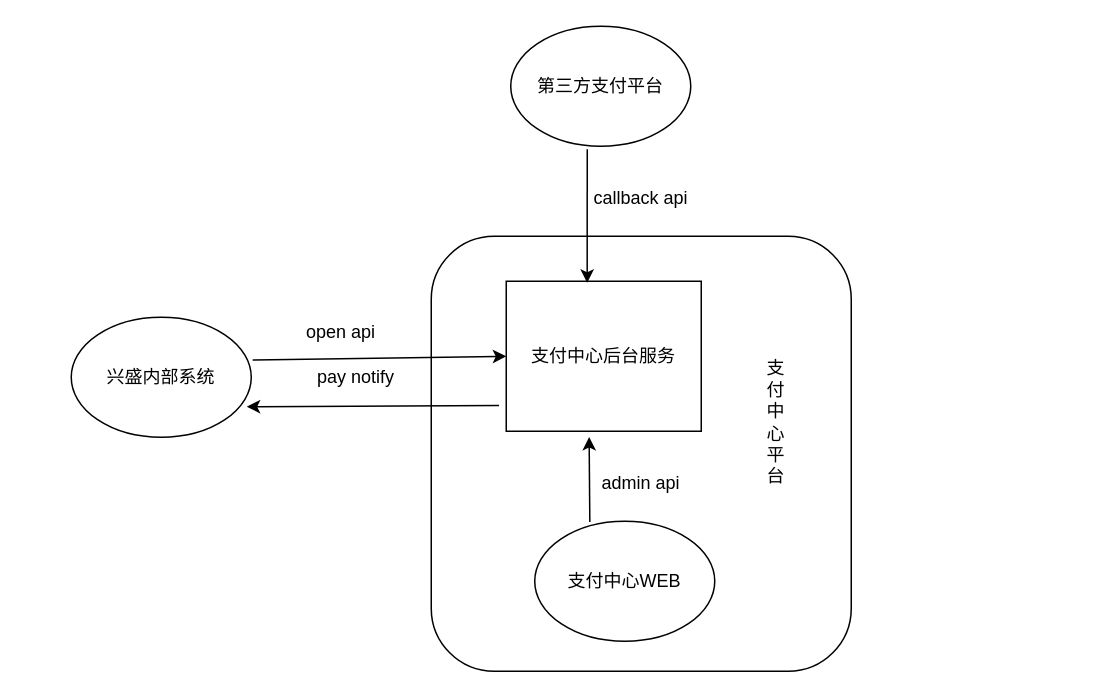
Before: ArchitectureDiagram/支付中心架构图.drawio in liuyunlong1229/aaa, a draw.io diagram. Source tidied: cells renumbered, new cells numbered last; positions are measured from the earlier drawing's top-left corner, leaving out a move shared by most shapes. Both pictures are drawn from the tidied source at 150%, with x=0, y=0 at pixel (70, 26).
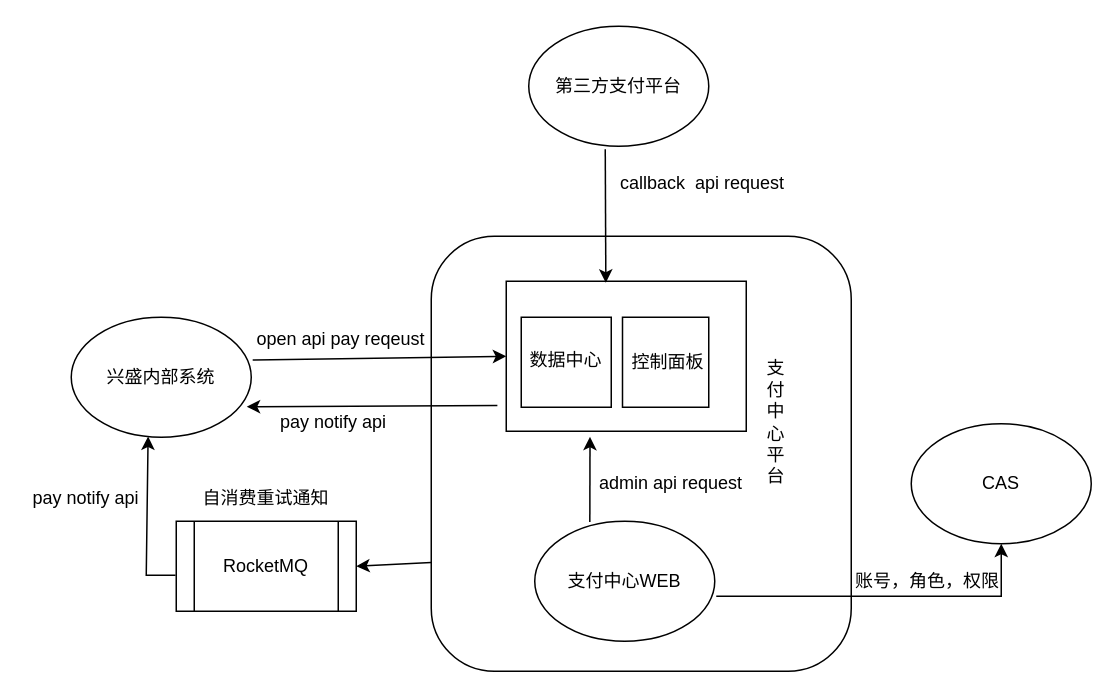
Above is the later version.

Commit message (it also covers changes not shown here):
更新支付中心架构图.drawio

Unchanged cells that the change refers to:
```xml
<mxCell id="2" style="rounded=1;whiteSpace=wrap;html=1;" parent="1" vertex="1">
  <mxGeometry x="240" y="140" width="280" height="290" as="geometry" />
</mxCell>
<mxCell id="4" value="兴盛内部系统" style="ellipse;whiteSpace=wrap;html=1;" parent="1" vertex="1">
  <mxGeometry y="194" width="120" height="80" as="geometry" />
</mxCell>
<mxCell id="5" value="支付中心WEB" style="ellipse;whiteSpace=wrap;html=1;" parent="1" vertex="1">
  <mxGeometry x="309" y="330" width="120" height="80" as="geometry" />
</mxCell>
```

What changed in the source:
```diff
@@
-    <mxCell id="3" value="支付中心后台服务" style="rounded=0;whiteSpace=wrap;html=1;" parent="1" vertex="1">
-      <mxGeometry x="290" y="170" width="130" height="100" as="geometry" />
+    <mxCell id="3" style="rounded=0;whiteSpace=wrap;html=1;" parent="1" vertex="1">
+      <mxGeometry x="290" y="170" width="160" height="100" as="geometry" />
     </mxCell>
@@
     <mxCell id="6" value="第三方支付平台" style="ellipse;whiteSpace=wrap;html=1;" parent="1" vertex="1">
-      <mxGeometry x="293" width="120" height="80" as="geometry" />
+      <mxGeometry x="305" width="120" height="80" as="geometry" />
     </mxCell>
@@
-    <mxCell id="9" style="endArrow=classic;html=1;rounded=0;entryX=0.425;entryY=1.038;entryDx=0;entryDy=0;entryPerimeter=0;exitX=0.306;exitY=0.007;exitDx=0;exitDy=0;exitPerimeter=0;" parent="1" edge="1" source="5" target="3">
+    <mxCell id="9" style="endArrow=classic;html=1;rounded=0;entryX=0.378;entryY=0.461;entryDx=0;entryDy=0;entryPerimeter=0;exitX=0.306;exitY=0.007;exitDx=0;exitDy=0;exitPerimeter=0;" parent="1" edge="1" source="5" target="2">
       <mxGeometry relative="1" as="geometry" />
     </mxCell>
@@
-    <mxCell id="12" value="open api" style="text;html=1;align=center;verticalAlign=middle;whiteSpace=wrap;rounded=0;" parent="1" vertex="1">
-      <mxGeometry x="150" y="189" width="60" height="30" as="geometry" />
+    <mxCell id="12" value="open api pay reqeust" style="text;html=1;align=center;verticalAlign=middle;whiteSpace=wrap;rounded=0;" parent="1" vertex="1">
+      <mxGeometry x="120" y="194" width="120" height="30" as="geometry" />
     </mxCell>
-    <mxCell id="13" value="admin api" style="text;html=1;align=center;verticalAlign=middle;whiteSpace=wrap;rounded=0;" parent="1" vertex="1">
-      <mxGeometry x="350" y="290" width="60" height="30" as="geometry" />
+    <mxCell id="13" value="admin api request" style="text;html=1;align=center;verticalAlign=middle;whiteSpace=wrap;rounded=0;" parent="1" vertex="1">
+      <mxGeometry x="330" y="290" width="140" height="30" as="geometry" />
     </mxCell>
-    <mxCell id="14" value="callback api" style="text;html=1;align=center;verticalAlign=middle;whiteSpace=wrap;rounded=0;" parent="1" vertex="1">
-      <mxGeometry x="315" y="100" width="130" height="30" as="geometry" />
+    <mxCell id="14" value="callback&amp;nbsp; api request" style="text;html=1;align=center;verticalAlign=middle;whiteSpace=wrap;rounded=0;" parent="1" vertex="1">
+      <mxGeometry x="336" y="90" width="170" height="30" as="geometry" />
     </mxCell>
-    <mxCell id="15" value="pay notify" style="text;html=1;align=center;verticalAlign=middle;whiteSpace=wrap;rounded=0;" parent="1" vertex="1">
-      <mxGeometry x="160" y="219" width="60" height="30" as="geometry" />
+    <mxCell id="15" value="pay notify api" style="text;html=1;align=center;verticalAlign=middle;whiteSpace=wrap;rounded=0;" parent="1" vertex="1">
+      <mxGeometry x="130" y="249" width="90" height="30" as="geometry" />
     </mxCell>
+    <mxCell id="16" style="rounded=0;whiteSpace=wrap;html=1;" parent="1" vertex="1">
+      <mxGeometry x="300" y="194" width="60" height="60" as="geometry" />
+    </mxCell>
+    <mxCell id="17" style="rounded=0;whiteSpace=wrap;html=1;" parent="1" vertex="1">
+      <mxGeometry x="367.5" y="194" width="57.5" height="60" as="geometry" />
+    </mxCell>
+    <mxCell id="18" value="数据中心" style="text;html=1;align=center;verticalAlign=middle;whiteSpace=wrap;rounded=0;" parent="1" vertex="1">
+      <mxGeometry x="299.5" y="208" width="60" height="30" as="geometry" />
+    </mxCell>
+    <mxCell id="19" value="控制面板" style="text;html=1;align=center;verticalAlign=middle;whiteSpace=wrap;rounded=0;" parent="1" vertex="1">
+      <mxGeometry x="367.5" y="209" width="60" height="30" as="geometry" />
+    </mxCell>
+    <mxCell id="20" value="RocketMQ" style="shape=process;whiteSpace=wrap;html=1;backgroundOutline=1;" parent="1" vertex="1">
+      <mxGeometry x="70" y="330" width="120" height="60" as="geometry" />
+    </mxCell>
+    <mxCell id="21" value="CAS" style="ellipse;whiteSpace=wrap;html=1;" parent="1" vertex="1">
+      <mxGeometry x="560" y="265" width="120" height="80" as="geometry" />
+    </mxCell>
+    <mxCell id="22" style="endArrow=classic;html=1;rounded=0;entryX=0.5;entryY=1;entryDx=0;entryDy=0;" parent="1" edge="1" target="21">
+      <mxGeometry relative="1" as="geometry">
+        <mxPoint x="430" y="380" as="sourcePoint" />
+        <Array as="points">
+          <mxPoint x="620" y="380" />
+        </Array>
+      </mxGeometry>
+    </mxCell>
+    <mxCell id="23" value="账号，角色，权限" style="text;html=1;align=center;verticalAlign=middle;whiteSpace=wrap;rounded=0;" parent="1" vertex="1">
+      <mxGeometry x="506" y="355" width="130" height="30" as="geometry" />
+    </mxCell>
+    <mxCell id="24" style="endArrow=classic;html=1;rounded=0;entryX=1;entryY=0.5;entryDx=0;entryDy=0;exitX=0;exitY=0.75;exitDx=0;exitDy=0;" parent="1" edge="1" source="2" target="20">
+      <mxGeometry relative="1" as="geometry" />
+    </mxCell>
+    <mxCell id="25" style="endArrow=classic;html=1;rounded=0;exitX=-0.004;exitY=0.6;exitDx=0;exitDy=0;exitPerimeter=0;entryX=0.427;entryY=0.993;entryDx=0;entryDy=0;entryPerimeter=0;" parent="1" edge="1" source="20" target="4">
+      <mxGeometry relative="1" as="geometry">
+        <Array as="points">
+          <mxPoint x="50" y="366" />
+        </Array>
+      </mxGeometry>
+    </mxCell>
+    <mxCell id="26" value="pay notify api" style="text;html=1;align=center;verticalAlign=middle;whiteSpace=wrap;rounded=0;" parent="1" vertex="1">
+      <mxGeometry x="-30" y="300" width="80" height="30" as="geometry" />
+    </mxCell>
+    <mxCell id="27" value="自消费重试通知" style="text;html=1;align=center;verticalAlign=middle;whiteSpace=wrap;rounded=0;" parent="1" vertex="1">
+      <mxGeometry x="80" y="300" width="100" height="30" as="geometry" />
+    </mxCell>
```
